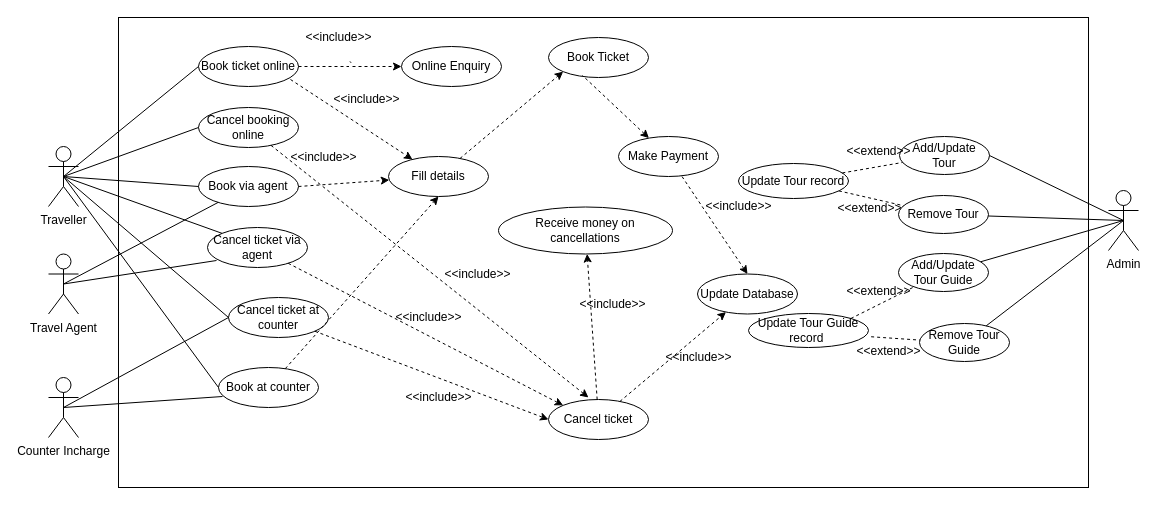
This is TravelBooking.drawio from bazrar/diagrams-, a draw.io file, before an edit. Source tidied: cells renumbered, new cells numbered last; positions are measured from the earlier drawing's top-left corner, leaving out a move shared by most shapes. Both pictures are drawn from the tidied source at 100%, with x=0, y=0 at pixel (48, 17).
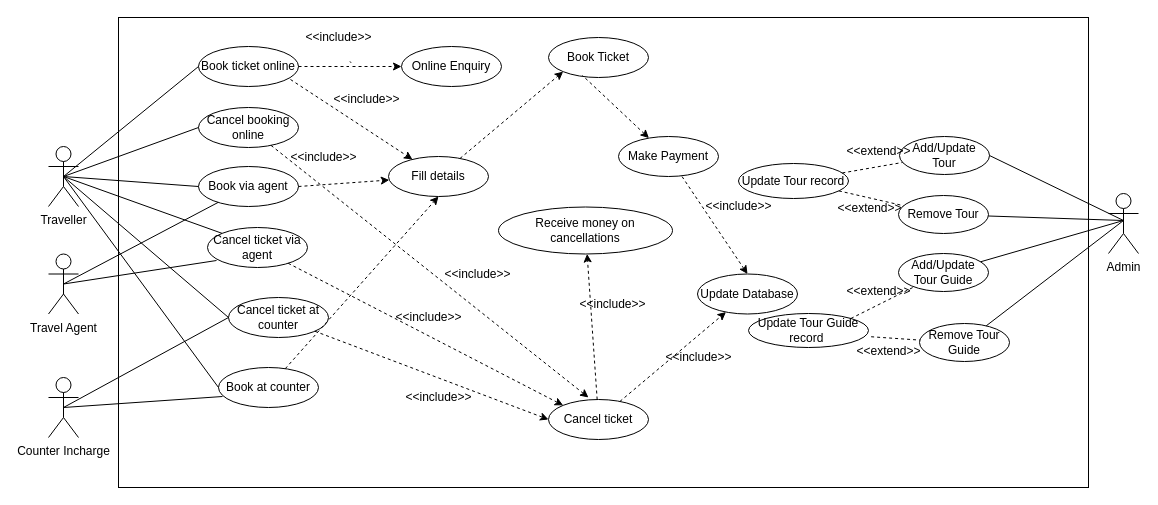
The same page after the edit.

Unchanged cells that the change refers to:
```xml
<mxCell id="50" value="Add/Update Tour" style="ellipse;whiteSpace=wrap;html=1;" parent="1" vertex="1">
  <mxGeometry x="851" y="119" width="90" height="38" as="geometry" />
</mxCell>
<mxCell id="51" value="Remove Tour" style="ellipse;whiteSpace=wrap;html=1;" parent="1" vertex="1">
  <mxGeometry x="850" y="178" width="90" height="38" as="geometry" />
</mxCell>
<mxCell id="52" value="Add/Update Tour Guide" style="ellipse;whiteSpace=wrap;html=1;" parent="1" vertex="1">
  <mxGeometry x="850" y="236" width="90" height="38" as="geometry" />
</mxCell>
<mxCell id="53" value="Remove Tour Guide" style="ellipse;whiteSpace=wrap;html=1;" parent="1" vertex="1">
  <mxGeometry x="871" y="306" width="90" height="38" as="geometry" />
</mxCell>
```

Change to the diagram source:
```diff
@@
     <mxCell id="6" value="Admin" style="shape=umlActor;verticalLabelPosition=bottom;verticalAlign=top;html=1;outlineConnect=0;" parent="1" vertex="1">
-      <mxGeometry x="1060" y="173" width="30" height="60" as="geometry" />
+      <mxGeometry x="1060" y="176" width="30" height="60" as="geometry" />
     </mxCell>
@@
-    <mxCell id="56" style="endArrow=none;html=1;strokeWidth=1;rounded=0;exitX=1;exitY=0.5;exitDx=0;exitDy=0;entryX=0.5;entryY=0.5;entryDx=0;entryDy=0;entryPerimeter=0;" parent="1" edge="1" source="50" target="6">
-      <mxGeometry relative="1" as="geometry" />
+    <mxCell id="56" style="endArrow=none;html=1;strokeWidth=1;rounded=0;exitX=1;exitY=0.5;exitDx=0;exitDy=0;entryX=0.5;entryY=0.5;entryDx=0;entryDy=0;entryPerimeter=0;" parent="1" edge="1" source="50">
+      <mxGeometry relative="1" as="geometry">
+        <mxPoint x="1075" y="203" as="targetPoint" />
+      </mxGeometry>
     </mxCell>
-    <mxCell id="57" style="endArrow=none;html=1;strokeWidth=1;rounded=0;entryX=0.5;entryY=0.5;entryDx=0;entryDy=0;entryPerimeter=0;" parent="1" edge="1" source="51" target="6">
-      <mxGeometry relative="1" as="geometry" />
+    <mxCell id="57" style="endArrow=none;html=1;strokeWidth=1;rounded=0;entryX=0.5;entryY=0.5;entryDx=0;entryDy=0;entryPerimeter=0;" parent="1" edge="1" source="51">
+      <mxGeometry relative="1" as="geometry">
+        <mxPoint x="1075" y="203" as="targetPoint" />
+      </mxGeometry>
     </mxCell>
-    <mxCell id="58" style="endArrow=none;html=1;strokeWidth=1;rounded=0;entryX=0.5;entryY=0.5;entryDx=0;entryDy=0;entryPerimeter=0;" parent="1" edge="1" source="52" target="6">
-      <mxGeometry relative="1" as="geometry" />
+    <mxCell id="58" style="endArrow=none;html=1;strokeWidth=1;rounded=0;entryX=0.5;entryY=0.5;entryDx=0;entryDy=0;entryPerimeter=0;" parent="1" edge="1" source="52">
+      <mxGeometry relative="1" as="geometry">
+        <mxPoint x="1075" y="203" as="targetPoint" />
+      </mxGeometry>
     </mxCell>
-    <mxCell id="59" style="endArrow=none;html=1;strokeWidth=1;rounded=0;entryX=0.5;entryY=0.5;entryDx=0;entryDy=0;entryPerimeter=0;" parent="1" edge="1" source="53" target="6">
-      <mxGeometry relative="1" as="geometry" />
+    <mxCell id="59" style="endArrow=none;html=1;strokeWidth=1;rounded=0;entryX=0.5;entryY=0.5;entryDx=0;entryDy=0;entryPerimeter=0;" parent="1" edge="1" source="53">
+      <mxGeometry relative="1" as="geometry">
+        <mxPoint x="1075" y="203" as="targetPoint" />
+      </mxGeometry>
     </mxCell>
```
